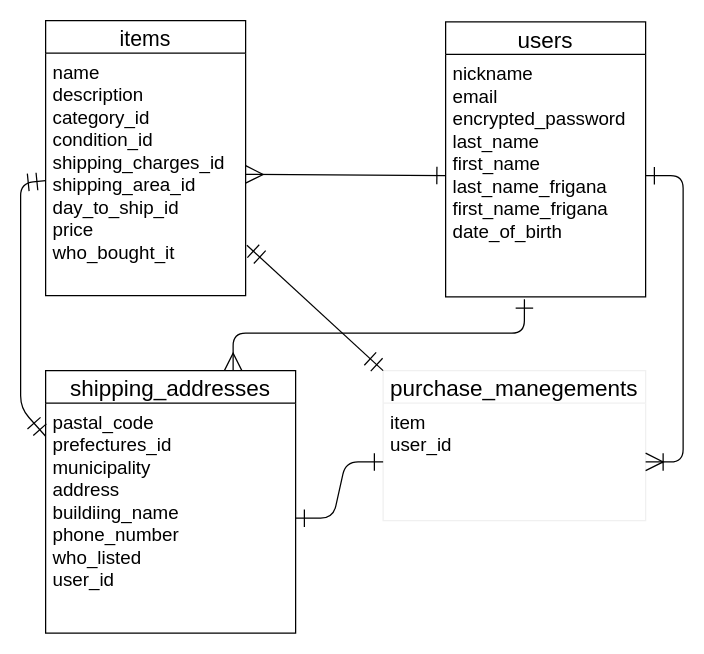
This is test.dio from kazupin0930/furima-34016, a draw.io file, before an edit. Source tidied: cells renumbered, new cells numbered last; positions are measured from the earlier drawing's top-left corner, leaving out a move shared by most shapes. Both pictures are drawn from the tidied source at 125%, with x=0, y=0 at pixel (20, 20).
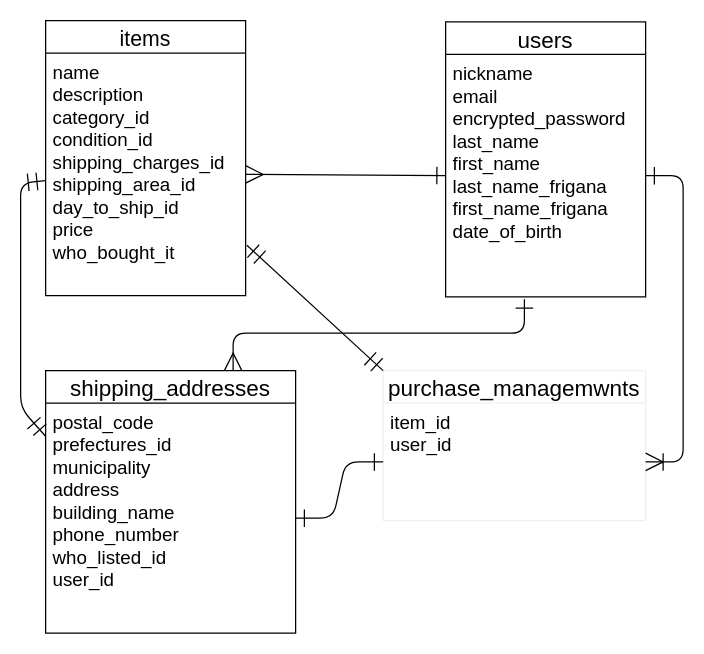
After the change.

The change refers to these unchanged cells:
```xml
<mxCell id="7" value="shipping_addresses" style="swimlane;fontStyle=0;horizontal=1;startSize=26;align=center;fontSize=18;" parent="1" vertex="1">
  <mxGeometry x="20" y="280" width="200" height="210" as="geometry" />
</mxCell>
```

Change to the diagram source:
```diff
@@
-    <mxCell id="3" value="purchase_manegements" style="swimlane;fontStyle=0;horizontal=1;startSize=26;align=center;fontSize=18;strokeColor=#F0F0F0;" parent="1" vertex="1">
+    <mxCell id="3" value="purchase_managemwnts" style="swimlane;fontStyle=0;horizontal=1;startSize=26;align=center;fontSize=18;strokeColor=#F0F0F0;" parent="1" vertex="1">
       <mxGeometry x="290" y="280" width="210" height="120" as="geometry" />
     </mxCell>
-    <mxCell id="4" value="item&#10;user_id" style="text;strokeColor=none;fillColor=none;spacingLeft=4;spacingRight=4;overflow=hidden;points=[[0,0.5],[1,0.5]];portConstraint=eastwest;fontSize=15;" parent="3" vertex="1">
+    <mxCell id="4" value="item_id&#10;user_id" style="text;strokeColor=none;fillColor=none;spacingLeft=4;spacingRight=4;overflow=hidden;points=[[0,0.5],[1,0.5]];portConstraint=eastwest;fontSize=15;" parent="3" vertex="1">
       <mxGeometry y="26" width="210" height="94" as="geometry" />
     </mxCell>
@@
-    <mxCell id="8" value="pastal_code&#10;prefectures_id&#10;municipality&#10;address&#10;buildiing_name&#10;phone_number&#10;who_listed&#10;user_id" style="text;strokeColor=none;fillColor=none;spacingLeft=4;spacingRight=4;overflow=hidden;points=[[0,0.5],[1,0.5]];portConstraint=eastwest;fontSize=15;" parent="7" vertex="1">
+    <mxCell id="8" value="postal_code&#10;prefectures_id&#10;municipality&#10;address&#10;building_name&#10;phone_number&#10;who_listed_id&#10;user_id" style="text;strokeColor=none;fillColor=none;spacingLeft=4;spacingRight=4;overflow=hidden;points=[[0,0.5],[1,0.5]];portConstraint=eastwest;fontSize=15;" parent="7" vertex="1">
       <mxGeometry y="26" width="200" height="184" as="geometry" />
     </mxCell>
```
